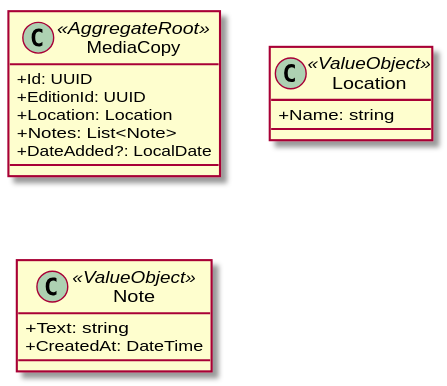
This is docs/diagrams/domain/domain-media-copy.svg from yantue/colleq, a PlantUML export, as it was before one commit. Source of this version:
```plantuml
@startuml
skinparam classAttributeIconSize 0

class MediaCopy <<AggregateRoot>> {
    +Id: UUID
    +EditionId: UUID
    +Location: Location
    +Notes: List<Note>
    +DateAdded?: LocalDate
}

class Location <<ValueObject>> {
    +Name: string
}

class Note <<ValueObject>> {
    +Text: string
    +CreatedAt: DateTime
}

@enduml
```
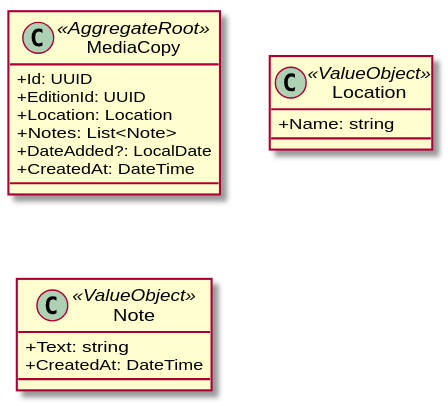
Above is the later version.

Diff of the diagram source:
```diff
@@ -7,6 +7,7 @@
     +Location: Location
     +Notes: List<Note>
     +DateAdded?: LocalDate
+    +CreatedAt: DateTime
 }
 
 class Location <<ValueObject>> {
```
